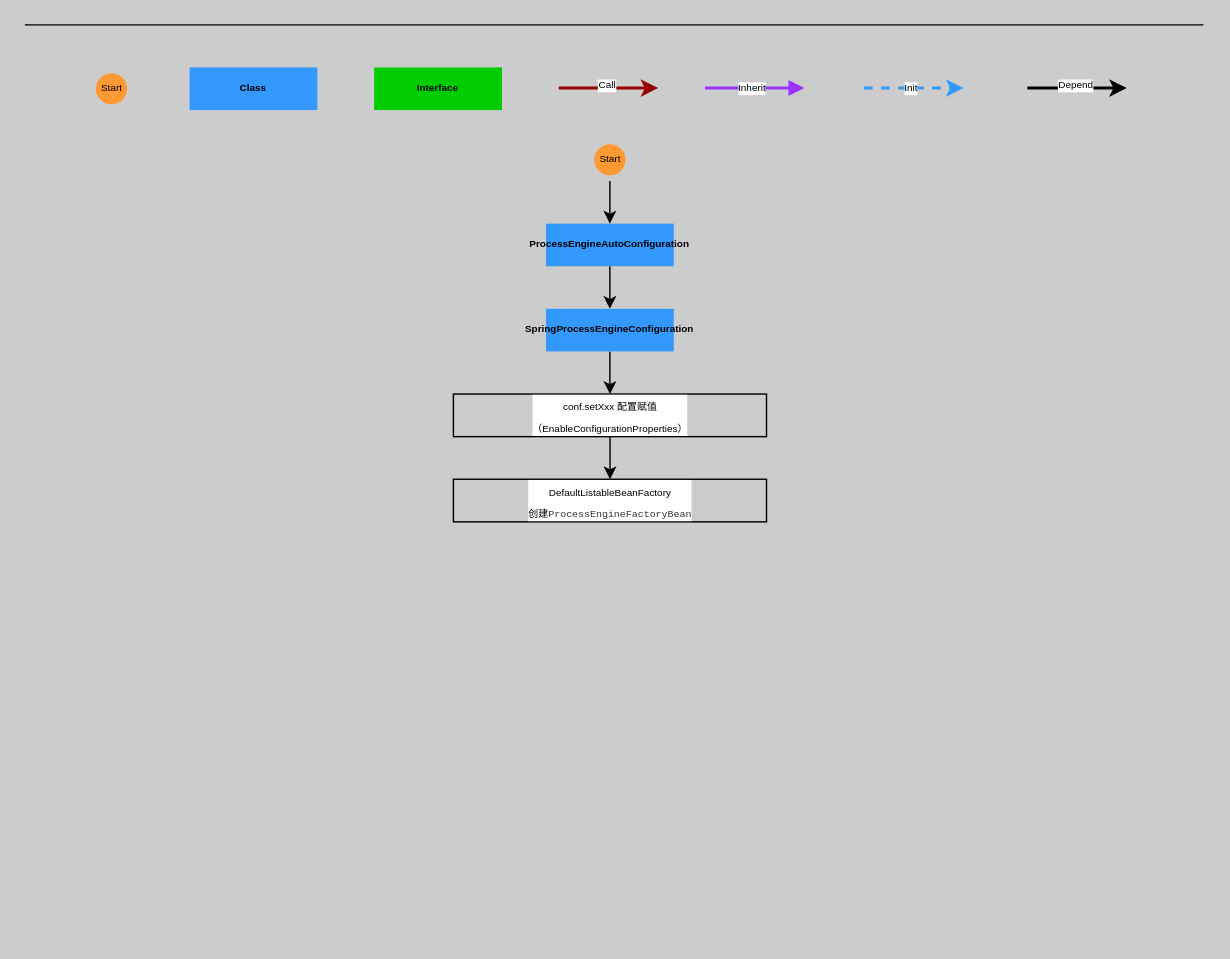
Y-lenny/Activiti keeps this draw.io diagram as reader/Untitled Diagram.drawio. Above is the earlier version. Source tidied: cells renumbered, new cells numbered last; positions are measured from the earlier drawing's top-left corner, leaving out a move shared by most shapes. Both pictures are drawn from the tidied source at 142%, with x=0, y=0 at pixel (24, 24).
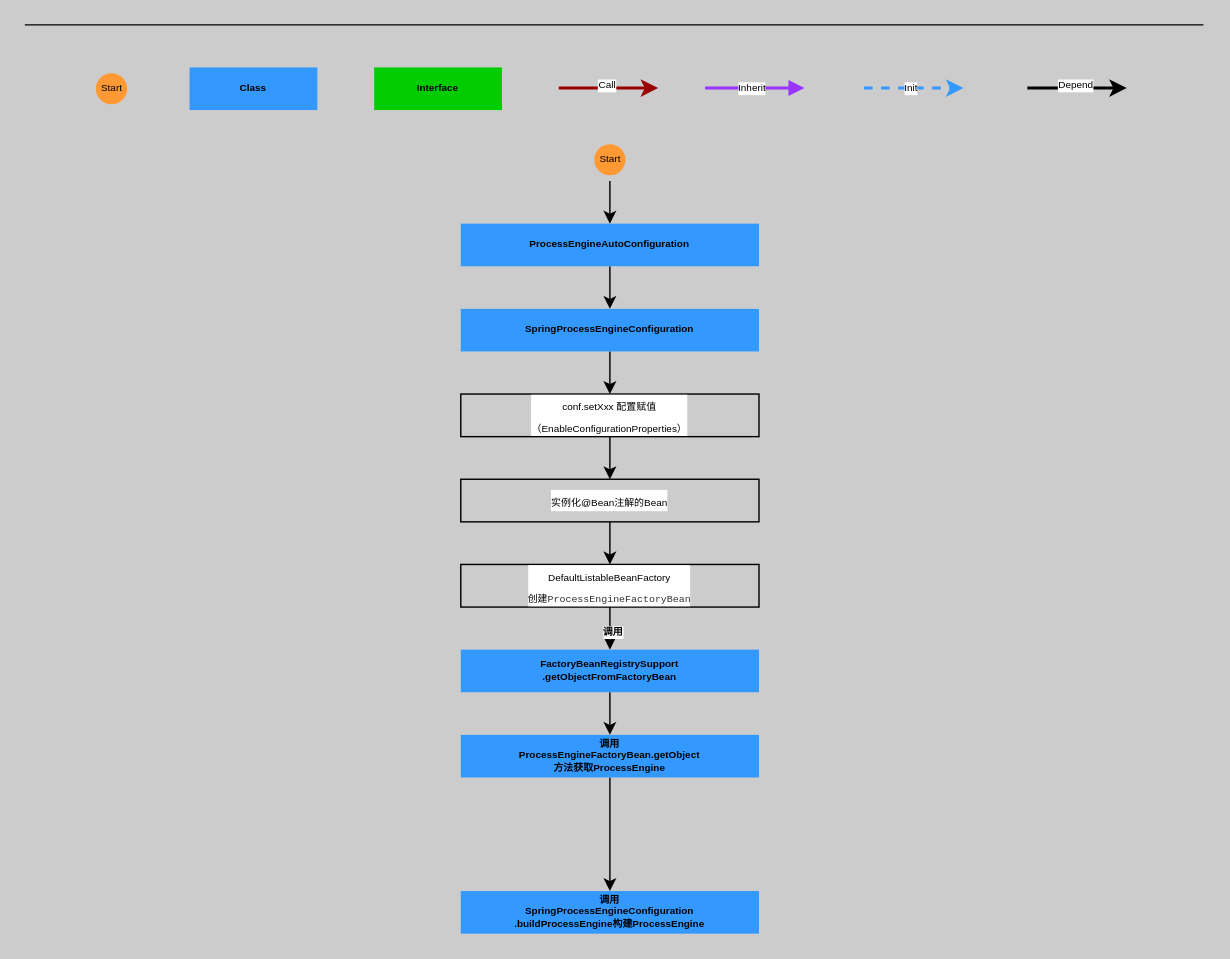
The same diagram, later.

What changed in the source:
```diff
@@
     <mxCell id="17" value="ProcessEngineAutoConfiguration" style="whiteSpace=wrap;align=center;verticalAlign=middle;fontStyle=1;strokeWidth=3;fillColor=#3399FF;strokeColor=none;fontSize=7;" parent="1" vertex="1">
-      <mxGeometry x="367" y="140" width="90" height="30" as="geometry" />
+      <mxGeometry x="307" y="140" width="210" height="30" as="geometry" />
     </mxCell>
@@
     <mxCell id="19" value="SpringProcessEngineConfiguration" style="whiteSpace=wrap;align=center;verticalAlign=middle;fontStyle=1;strokeWidth=3;fillColor=#3399FF;strokeColor=none;fontSize=7;" parent="1" vertex="1">
-      <mxGeometry x="367" y="200" width="90" height="30" as="geometry" />
+      <mxGeometry x="307" y="200" width="210" height="30" as="geometry" />
     </mxCell>
@@
     <mxCell id="21" value="&lt;font face=&quot;Fira Code Medium&quot; style=&quot;font-size: 7px&quot;&gt;&lt;font size=&quot;1&quot; style=&quot;font-size: 7px&quot;&gt;conf.setXxx 配置赋值&lt;/font&gt;&lt;br&gt;&lt;font style=&quot;font-size: 7px&quot;&gt;（&lt;/font&gt;&lt;/font&gt;&lt;font style=&quot;font-size: 7px&quot;&gt;&lt;span style=&quot;font-family: &amp;quot;fira code medium&amp;quot;; font-size: 7px;&quot;&gt;EnableConfigurationProperties&lt;/span&gt;&lt;span style=&quot;font-family: &amp;quot;fira code medium&amp;quot; ; font-size: 7px&quot;&gt;）&lt;/span&gt;&lt;/font&gt;" style="text;html=1;fillColor=none;align=center;verticalAlign=middle;whiteSpace=wrap;rounded=0;labelBackgroundColor=#ffffff;strokeColor=#000000;" parent="1" vertex="1">
-      <mxGeometry x="301.8" y="260" width="220.5" height="30" as="geometry" />
+      <mxGeometry x="307" y="260" width="210" height="30" as="geometry" />
     </mxCell>
+    <mxCell id="23" style="edgeStyle=orthogonalEdgeStyle;rounded=0;jettySize=auto;html=1;fontSize=7;fontColor=#000000;" parent="1" edge="1" source="22" target="26">
+      <mxGeometry relative="1" as="geometry" />
+    </mxCell>
-    <mxCell id="22" value="&lt;font style=&quot;font-size: 7px&quot;&gt;&lt;font face=&quot;Fira Code Medium&quot; style=&quot;font-size: 7px&quot;&gt;DefaultListableBeanFactory &lt;br style=&quot;font-size: 7px&quot;&gt;创建&lt;/font&gt;&lt;span style=&quot;background-color: transparent ; font-family: &amp;#34;consolas&amp;#34; , &amp;#34;liberation mono&amp;#34; , &amp;#34;menlo&amp;#34; , &amp;#34;courier&amp;#34; , monospace ; color: rgb(51 , 51 , 51) ; font-size: 7px&quot;&gt;ProcessEngineFactoryBean&lt;/span&gt;&lt;/font&gt;" style="text;html=1;fillColor=none;align=center;verticalAlign=middle;whiteSpace=wrap;rounded=0;labelBackgroundColor=#ffffff;strokeColor=#000000;" parent="1" vertex="1">
-      <mxGeometry x="301.8" y="320" width="220.5" height="30" as="geometry" />
+    <mxCell id="22" value="&lt;font face=&quot;Fira Code Medium&quot;&gt;&lt;span style=&quot;font-size: 7px&quot;&gt;实例化@Bean注解的Bean&lt;/span&gt;&lt;/font&gt;" style="text;html=1;fillColor=none;align=center;verticalAlign=middle;whiteSpace=wrap;rounded=0;labelBackgroundColor=#ffffff;strokeColor=#000000;" parent="1" vertex="1">
+      <mxGeometry x="307" y="320" width="210" height="30" as="geometry" />
     </mxCell>
+    <mxCell id="24" style="edgeStyle=orthogonalEdgeStyle;rounded=0;jettySize=auto;html=1;fontSize=7;fontColor=#000000;" parent="1" edge="1" source="26" target="28">
+      <mxGeometry relative="1" as="geometry" />
+    </mxCell>
+    <mxCell id="25" value="&lt;span style=&quot;font-weight: 700 ; background-color: rgb(248 , 249 , 250)&quot;&gt;调用&lt;/span&gt;" style="edgeLabel;html=1;align=center;verticalAlign=middle;fontSize=7;fontColor=#000000;" parent="24" vertex="1">
+      <mxGeometry x="-0.4" y="1" relative="1" as="geometry">
+        <mxPoint y="2" as="offset" />
+      </mxGeometry>
+    </mxCell>
+    <mxCell id="26" value="&lt;font style=&quot;font-size: 7px&quot;&gt;&lt;font face=&quot;Fira Code Medium&quot; style=&quot;font-size: 7px&quot;&gt;DefaultListableBeanFactory &lt;br style=&quot;font-size: 7px&quot;&gt;创建&lt;/font&gt;&lt;span style=&quot;background-color: transparent ; font-family: &amp;#34;consolas&amp;#34; , &amp;#34;liberation mono&amp;#34; , &amp;#34;menlo&amp;#34; , &amp;#34;courier&amp;#34; , monospace ; color: rgb(51 , 51 , 51) ; font-size: 7px&quot;&gt;ProcessEngineFactoryBean&lt;/span&gt;&lt;/font&gt;" style="text;html=1;fillColor=none;align=center;verticalAlign=middle;whiteSpace=wrap;rounded=0;labelBackgroundColor=#ffffff;strokeColor=#000000;" parent="1" vertex="1">
+      <mxGeometry x="307" y="380" width="210" height="30" as="geometry" />
+    </mxCell>
+    <mxCell id="27" style="edgeStyle=orthogonalEdgeStyle;rounded=0;jettySize=auto;html=1;fontSize=7;fontColor=#000000;" parent="1" edge="1" source="28" target="30">
+      <mxGeometry relative="1" as="geometry" />
+    </mxCell>
+    <mxCell id="28" value="FactoryBeanRegistrySupport&#10;.getObjectFromFactoryBean" style="whiteSpace=wrap;align=center;verticalAlign=middle;fontStyle=1;strokeWidth=3;fillColor=#3399FF;strokeColor=none;fontSize=7;" parent="1" vertex="1">
+      <mxGeometry x="307" y="440" width="210" height="30" as="geometry" />
+    </mxCell>
+    <mxCell id="29" style="edgeStyle=orthogonalEdgeStyle;rounded=0;jettySize=auto;html=1;fontSize=7;fontColor=#000000;" parent="1" edge="1" source="30" target="31">
+      <mxGeometry relative="1" as="geometry" />
+    </mxCell>
+    <mxCell id="30" value="调用&#10;ProcessEngineFactoryBean.getObject&#10;方法获取ProcessEngine" style="whiteSpace=wrap;align=center;verticalAlign=middle;fontStyle=1;strokeWidth=3;fillColor=#3399FF;strokeColor=none;fontSize=7;" parent="1" vertex="1">
+      <mxGeometry x="307" y="500" width="210" height="30" as="geometry" />
+    </mxCell>
+    <mxCell id="31" value="调用&#10;SpringProcessEngineConfiguration&#10;.buildProcessEngine构建ProcessEngine" style="whiteSpace=wrap;align=center;verticalAlign=middle;fontStyle=1;strokeWidth=3;fillColor=#3399FF;strokeColor=none;fontSize=7;" parent="1" vertex="1">
+      <mxGeometry x="307" y="610" width="210" height="30" as="geometry" />
+    </mxCell>
```
